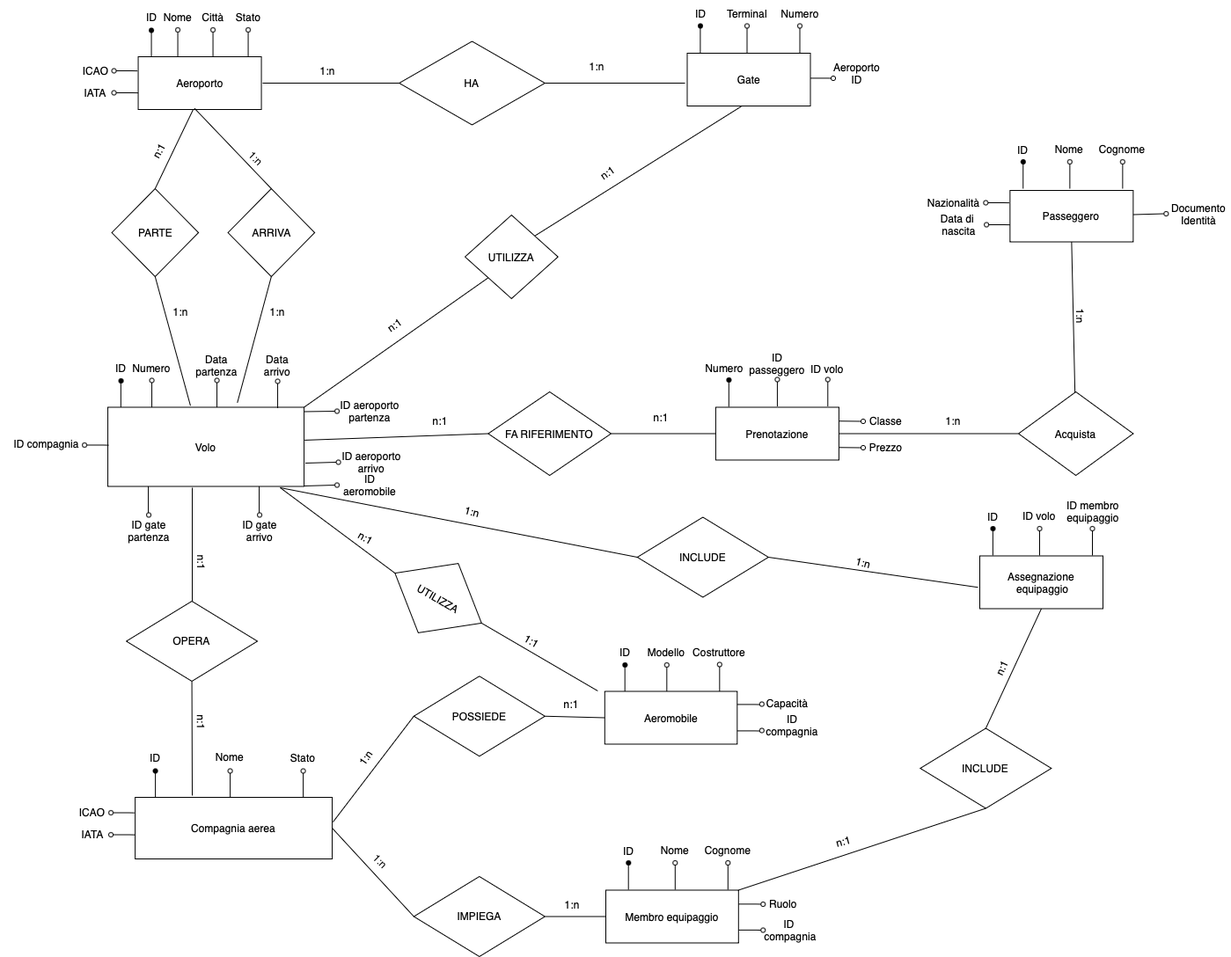
albertocnve1/proj_DB keeps this draw.io diagram as Schema concettuale ER (light).png. Above is the earlier version. Source tidied: cells renumbered, new cells last; positions are measured from the earlier drawing's top-left corner, leaving out a move shared by most shapes.
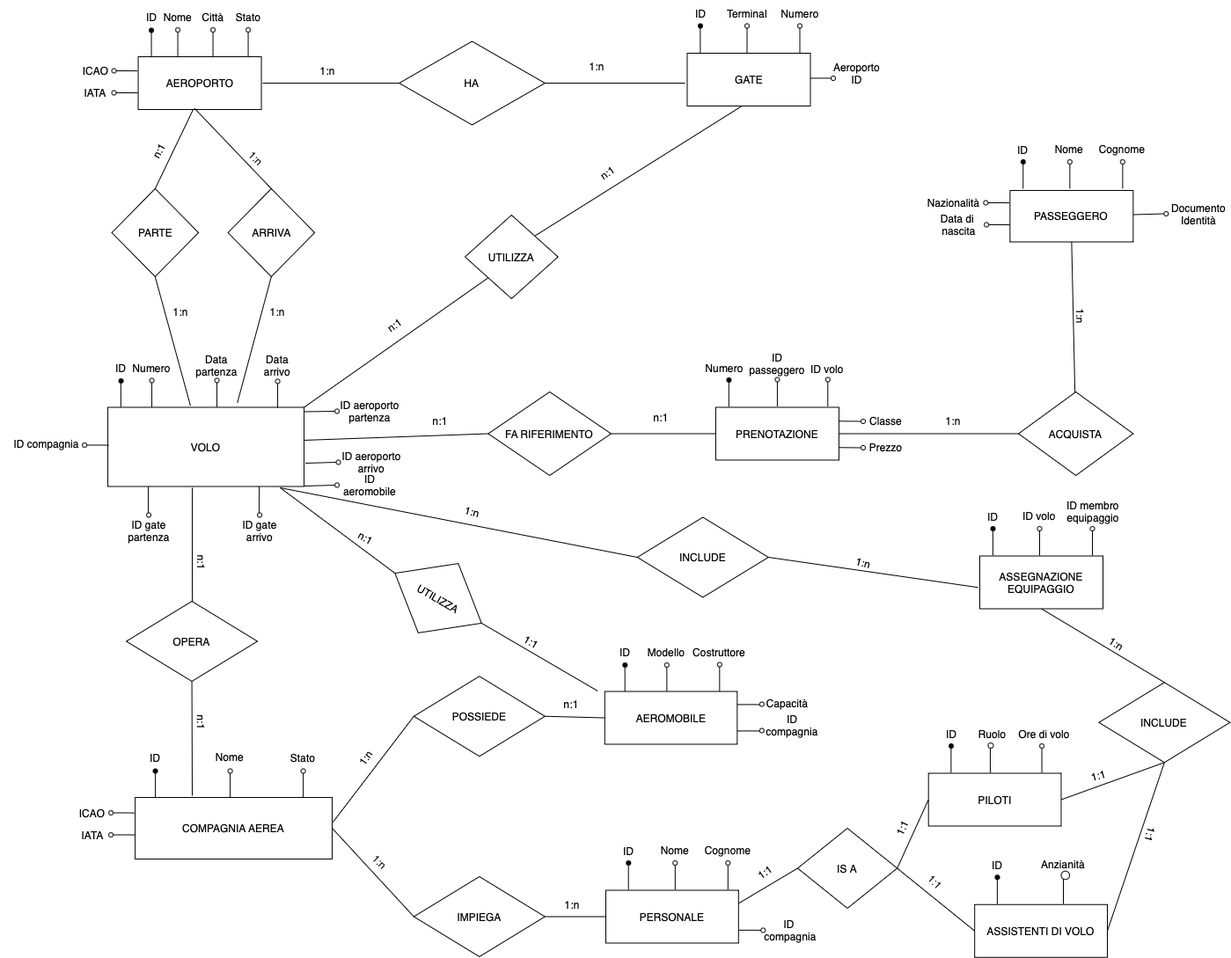
Later version of the same file.

What changed in the source:
```diff
@@ -2,7 +2,7 @@
   <root>
     <mxCell id="0" />
     <mxCell id="1" parent="0" />
-    <mxCell id="2" value="Aeroporto" style="rounded=0;whiteSpace=wrap;html=1;" parent="1" vertex="1">
+    <mxCell id="2" value="AEROPORTO" style="rounded=0;whiteSpace=wrap;html=1;" parent="1" vertex="1">
       <mxGeometry x="157.6" y="64" width="140" height="60" as="geometry" />
     </mxCell>
     <mxCell id="3" style="endArrow=none;html=1;rounded=0;" parent="1" edge="1">
@@ -68,7 +68,7 @@
     <mxCell id="15" value="IATA" style="text;html=1;align=center;verticalAlign=middle;whiteSpace=wrap;rounded=0;" parent="1" vertex="1">
       <mxGeometry x="81.3" y="90" width="56.2" height="30" as="geometry" />
     </mxCell>
-    <mxCell id="16" value="Compagnia aerea" style="rounded=0;whiteSpace=wrap;html=1;" parent="1" vertex="1">
+    <mxCell id="16" value="COMPAGNIA AEREA" style="rounded=0;whiteSpace=wrap;html=1;" parent="1" vertex="1">
       <mxGeometry x="154.1" y="906" width="223.9" height="70" as="geometry" />
     </mxCell>
     <mxCell id="17" style="endArrow=none;html=1;rounded=0;" parent="1" edge="1">
@@ -155,7 +155,7 @@
     <mxCell id="36" style="ellipse;whiteSpace=wrap;html=1;" parent="1" vertex="1">
       <mxGeometry x="342.6" y="873.5" width="5" height="5" as="geometry" />
     </mxCell>
-    <mxCell id="37" value="Aeromobile" style="rounded=0;whiteSpace=wrap;html=1;" parent="1" vertex="1">
+    <mxCell id="37" value="AEROMOBILE" style="rounded=0;whiteSpace=wrap;html=1;" parent="1" vertex="1">
       <mxGeometry x="687.8" y="785.5" width="150.5" height="60" as="geometry" />
     </mxCell>
     <mxCell id="38" style="endArrow=none;html=1;rounded=0;" parent="1" edge="1">
@@ -215,7 +215,7 @@
     <mxCell id="50" style="ellipse;whiteSpace=wrap;html=1;" parent="1" vertex="1">
       <mxGeometry x="863.8" y="797.5" width="5" height="5" as="geometry" />
     </mxCell>
-    <mxCell id="51" value="Gate" style="rounded=0;whiteSpace=wrap;html=1;" parent="1" vertex="1">
+    <mxCell id="51" value="GATE" style="rounded=0;whiteSpace=wrap;html=1;" parent="1" vertex="1">
       <mxGeometry x="781.5" y="60" width="140" height="60" as="geometry" />
     </mxCell>
     <mxCell id="52" style="endArrow=none;html=1;rounded=0;" parent="1" edge="1">
@@ -269,7 +269,7 @@
     <mxCell id="63" style="ellipse;whiteSpace=wrap;html=1;" parent="1" vertex="1">
       <mxGeometry x="847" y="26.5" width="5" height="5" as="geometry" />
     </mxCell>
-    <mxCell id="64" value="Volo" style="rounded=0;whiteSpace=wrap;html=1;" parent="1" vertex="1">
+    <mxCell id="64" value="VOLO" style="rounded=0;whiteSpace=wrap;html=1;" parent="1" vertex="1">
       <mxGeometry x="123.1" y="462.5" width="223" height="90" as="geometry" />
     </mxCell>
     <mxCell id="65" style="endArrow=none;html=1;rounded=0;" parent="1" edge="1">
@@ -407,7 +407,7 @@
     <mxCell id="97" style="ellipse;whiteSpace=wrap;html=1;" parent="1" vertex="1">
       <mxGeometry x="293.1" y="582.5" width="5" height="5" as="geometry" />
     </mxCell>
-    <mxCell id="98" value="Passeggero" style="rounded=0;whiteSpace=wrap;html=1;" parent="1" vertex="1">
+    <mxCell id="98" value="PASSEGGERO" style="rounded=0;whiteSpace=wrap;html=1;" parent="1" vertex="1">
       <mxGeometry x="1148.4" y="216" width="140" height="58.5" as="geometry" />
     </mxCell>
     <mxCell id="99" style="endArrow=none;html=1;rounded=0;" parent="1" edge="1">
@@ -492,7 +492,7 @@
     <mxCell id="117" style="ellipse;whiteSpace=wrap;html=1;" parent="1" vertex="1">
       <mxGeometry x="1323.4" y="240" width="5" height="5" as="geometry" />
     </mxCell>
-    <mxCell id="118" value="Prenotazione" style="rounded=0;whiteSpace=wrap;html=1;" parent="1" vertex="1">
+    <mxCell id="118" value="PRENOTAZIONE" style="rounded=0;whiteSpace=wrap;html=1;" parent="1" vertex="1">
       <mxGeometry x="813.9" y="462.5" width="140" height="60" as="geometry" />
     </mxCell>
     <mxCell id="119" style="endArrow=none;html=1;rounded=0;" parent="1" edge="1">
@@ -534,7 +534,7 @@
     <mxCell id="128" style="ellipse;whiteSpace=wrap;html=1;" parent="1" vertex="1">
       <mxGeometry x="938.8" y="428.5" width="5" height="5" as="geometry" />
     </mxCell>
-    <mxCell id="129" value="Membro equipaggio" style="rounded=0;whiteSpace=wrap;html=1;" parent="1" vertex="1">
+    <mxCell id="129" value="PERSONALE" style="rounded=0;whiteSpace=wrap;html=1;" parent="1" vertex="1">
       <mxGeometry x="689" y="1011.5" width="150.8" height="60" as="geometry" />
     </mxCell>
     <mxCell id="130" style="endArrow=none;html=1;rounded=0;" parent="1" edge="1">
@@ -573,22 +573,7 @@
     <mxCell id="138" style="ellipse;whiteSpace=wrap;html=1;" parent="1" vertex="1">
       <mxGeometry x="765.3" y="978" width="5" height="5" as="geometry" />
     </mxCell>
-    <mxCell id="139" style="endArrow=none;html=1;rounded=0;entryX=-0.027;entryY=0.269;entryDx=0;entryDy=0;entryPerimeter=0;" parent="1" edge="1">
-      <mxGeometry relative="1" as="geometry">
-        <mxPoint x="839.8" y="1027.4" as="sourcePoint" />
-        <mxPoint x="866" y="1027.5" as="targetPoint" />
-        <Array as="points">
-          <mxPoint x="859.8" y="1027.4" />
-        </Array>
-      </mxGeometry>
-    </mxCell>
-    <mxCell id="140" style="ellipse;whiteSpace=wrap;html=1;" parent="1" vertex="1">
-      <mxGeometry x="865.2" y="1025" width="5" height="5" as="geometry" />
-    </mxCell>
-    <mxCell id="141" value="Ruolo" style="text;html=1;align=center;verticalAlign=middle;whiteSpace=wrap;rounded=0;" parent="1" vertex="1">
-      <mxGeometry x="861.2" y="1012" width="60" height="30" as="geometry" />
-    </mxCell>
-    <mxCell id="142" value="Assegnazione&lt;div&gt;&amp;nbsp;equipaggio&lt;/div&gt;" style="rounded=0;whiteSpace=wrap;html=1;" parent="1" vertex="1">
+    <mxCell id="142" value="ASSEGNAZIONE EQUIPAGGIO" style="rounded=0;whiteSpace=wrap;html=1;" parent="1" vertex="1">
       <mxGeometry x="1114" y="631.5" width="140" height="60" as="geometry" />
     </mxCell>
     <mxCell id="143" style="endArrow=none;html=1;rounded=0;" parent="1" edge="1">
@@ -682,7 +667,7 @@
     <mxCell id="166" style="endArrow=none;html=1;rounded=0;entryX=0;entryY=1;entryDx=0;entryDy=0;exitX=1;exitY=0;exitDx=0;exitDy=0;" parent="1" edge="1" source="64" target="164">
       <mxGeometry relative="1" as="geometry" />
     </mxCell>
-    <mxCell id="167" value="Acquista" style="rhombus;whiteSpace=wrap;html=1;" parent="1" vertex="1">
+    <mxCell id="167" value="ACQUISTA" style="rhombus;whiteSpace=wrap;html=1;" parent="1" vertex="1">
       <mxGeometry x="1158" y="445" width="130.3" height="95" as="geometry" />
     </mxCell>
     <mxCell id="168" style="endArrow=none;html=1;rounded=0;entryX=0.5;entryY=1;entryDx=0;entryDy=0;" parent="1" edge="1" source="167" target="98">
@@ -778,14 +763,11 @@
       <mxGeometry relative="1" as="geometry" />
     </mxCell>
     <mxCell id="192" value="INCLUDE" style="rhombus;whiteSpace=wrap;html=1;" parent="1" vertex="1">
-      <mxGeometry x="1046.4" y="827.5" width="149" height="91" as="geometry" />
+      <mxGeometry x="1249.4" y="775.2" width="149" height="91" as="geometry" />
     </mxCell>
     <mxCell id="193" style="endArrow=none;html=1;rounded=0;entryX=0.5;entryY=1;entryDx=0;entryDy=0;exitX=0.5;exitY=0;exitDx=0;exitDy=0;" parent="1" edge="1" source="192" target="142">
       <mxGeometry relative="1" as="geometry" />
     </mxCell>
-    <mxCell id="194" style="endArrow=none;html=1;rounded=0;entryX=0.5;entryY=1;entryDx=0;entryDy=0;exitX=1;exitY=0;exitDx=0;exitDy=0;" parent="1" edge="1" source="129" target="192">
-      <mxGeometry relative="1" as="geometry" />
-    </mxCell>
     <mxCell id="195" value="1:n" style="text;html=1;align=center;verticalAlign=middle;whiteSpace=wrap;rounded=0;" parent="1" vertex="1">
       <mxGeometry x="342.6" y="65" width="60" height="30" as="geometry" />
     </mxCell>
@@ -834,11 +816,8 @@
     <mxCell id="210" value="1:n" style="text;html=1;align=center;verticalAlign=middle;whiteSpace=wrap;rounded=0;rotation=15;" parent="1" vertex="1">
       <mxGeometry x="951.5" y="624" width="60" height="30" as="geometry" />
     </mxCell>
-    <mxCell id="211" value="n:1" style="text;html=1;align=center;verticalAlign=middle;whiteSpace=wrap;rounded=0;rotation=-15;" parent="1" vertex="1">
-      <mxGeometry x="928.8" y="940.5" width="60" height="30" as="geometry" />
-    </mxCell>
-    <mxCell id="212" value="n:1" style="text;html=1;align=center;verticalAlign=middle;whiteSpace=wrap;rounded=0;rotation=-65;" parent="1" vertex="1">
-      <mxGeometry x="1109" y="744" width="60" height="30" as="geometry" />
+    <mxCell id="212" value="1:n" style="text;html=1;align=center;verticalAlign=middle;whiteSpace=wrap;rounded=0;rotation=33;" parent="1" vertex="1">
+      <mxGeometry x="1239.5" y="715.5" width="60" height="30" as="geometry" />
     </mxCell>
     <mxCell id="213" value="n:1" style="text;html=1;align=center;verticalAlign=middle;whiteSpace=wrap;rounded=0;" parent="1" vertex="1">
       <mxGeometry x="470.8" y="462.5" width="60" height="30" as="geometry" />
@@ -869,5 +848,104 @@
     <mxCell id="221" value="1:1" style="text;html=1;align=center;verticalAlign=middle;whiteSpace=wrap;rounded=0;rotation=30;" parent="1" vertex="1">
       <mxGeometry x="574.6" y="713.5" width="60" height="30" as="geometry" />
     </mxCell>
+    <mxCell id="222" value="PILOTI" style="rounded=0;whiteSpace=wrap;html=1;" parent="1" vertex="1">
+      <mxGeometry x="1055.7" y="878.5" width="150.8" height="60" as="geometry" />
+    </mxCell>
+    <mxCell id="223" style="endArrow=none;html=1;rounded=0;" parent="1" edge="1">
+      <mxGeometry relative="1" as="geometry">
+        <mxPoint x="1081.4" y="878" as="sourcePoint" />
+        <mxPoint x="1081.4" y="848" as="targetPoint" />
+      </mxGeometry>
+    </mxCell>
+    <mxCell id="224" style="shape=waypoint;sketch=0;fillStyle=solid;size=6;fillColor=none;perimeter=centerPerimeter;" parent="1" vertex="1">
+      <mxGeometry x="1071.5" y="837.5" width="20" height="20" as="geometry" />
+    </mxCell>
+    <mxCell id="225" value="ID" style="text;html=1;align=center;verticalAlign=middle;whiteSpace=wrap;rounded=0;" parent="1" vertex="1">
+      <mxGeometry x="1051.5" y="818.5" width="60" height="30" as="geometry" />
+    </mxCell>
+    <mxCell id="226" style="endArrow=none;html=1;rounded=0;" parent="1" edge="1">
+      <mxGeometry relative="1" as="geometry">
+        <mxPoint x="1184.5" y="878" as="sourcePoint" />
+        <mxPoint x="1184.5" y="848" as="targetPoint" />
+      </mxGeometry>
+    </mxCell>
+    <mxCell id="227" value="Ore di volo" style="text;html=1;align=center;verticalAlign=middle;whiteSpace=wrap;rounded=0;" parent="1" vertex="1">
+      <mxGeometry x="1144" y="818.5" width="87.2" height="30" as="geometry" />
+    </mxCell>
+    <mxCell id="228" style="ellipse;whiteSpace=wrap;html=1;" parent="1" vertex="1">
+      <mxGeometry x="1182" y="845" width="5" height="5" as="geometry" />
+    </mxCell>
+    <mxCell id="229" value="ASSISTENTI DI VOLO" style="rounded=0;whiteSpace=wrap;html=1;" parent="1" vertex="1">
+      <mxGeometry x="1108.2" y="1027.8" width="150.8" height="60" as="geometry" />
+    </mxCell>
+    <mxCell id="230" style="endArrow=none;html=1;rounded=0;" parent="1" edge="1">
+      <mxGeometry relative="1" as="geometry">
+        <mxPoint x="1133.9" y="1027.2" as="sourcePoint" />
+        <mxPoint x="1133.9" y="997.2" as="targetPoint" />
+      </mxGeometry>
+    </mxCell>
+    <mxCell id="231" style="shape=waypoint;sketch=0;fillStyle=solid;size=6;fillColor=none;perimeter=centerPerimeter;" parent="1" vertex="1">
+      <mxGeometry x="1124" y="986.8" width="20" height="20" as="geometry" />
+    </mxCell>
+    <mxCell id="232" value="ID" style="text;html=1;align=center;verticalAlign=middle;whiteSpace=wrap;rounded=0;" parent="1" vertex="1">
+      <mxGeometry x="1104" y="967.8" width="60" height="30" as="geometry" />
+    </mxCell>
+    <mxCell id="233" style="endArrow=none;html=1;rounded=0;" parent="1" edge="1">
+      <mxGeometry relative="1" as="geometry">
+        <mxPoint x="1209" y="1027.2" as="sourcePoint" />
+        <mxPoint x="1209" y="997.2" as="targetPoint" />
+      </mxGeometry>
+    </mxCell>
+    <mxCell id="234" value="Anzianità" style="text;html=1;align=center;verticalAlign=middle;whiteSpace=wrap;rounded=0;" parent="1" vertex="1">
+      <mxGeometry x="1179" y="967.2" width="60" height="30" as="geometry" />
+    </mxCell>
+    <mxCell id="235" style="ellipse;whiteSpace=wrap;html=1;" parent="1" vertex="1">
+      <mxGeometry x="1206.5" y="989.8" width="9.5" height="9.5" as="geometry" />
+    </mxCell>
+    <mxCell id="236" value="IS A" style="rhombus;whiteSpace=wrap;html=1;" parent="1" vertex="1">
+      <mxGeometry x="907" y="941" width="113.1" height="91" as="geometry" />
+    </mxCell>
+    <mxCell id="237" style="endArrow=none;html=1;rounded=0;entryX=0;entryY=0.5;entryDx=0;entryDy=0;exitX=1;exitY=0.25;exitDx=0;exitDy=0;" parent="1" edge="1" source="129" target="236">
+      <mxGeometry relative="1" as="geometry" />
+    </mxCell>
+    <mxCell id="238" style="endArrow=none;html=1;rounded=0;exitX=1;exitY=0.5;exitDx=0;exitDy=0;entryX=0;entryY=0.5;entryDx=0;entryDy=0;" parent="1" edge="1" source="236" target="222">
+      <mxGeometry relative="1" as="geometry" />
+    </mxCell>
+    <mxCell id="239" style="endArrow=none;html=1;rounded=0;entryX=1;entryY=0.5;entryDx=0;entryDy=0;exitX=0;exitY=0.5;exitDx=0;exitDy=0;" parent="1" edge="1" source="229" target="236">
+      <mxGeometry relative="1" as="geometry" />
+    </mxCell>
+    <mxCell id="240" style="endArrow=none;html=1;rounded=0;entryX=0.5;entryY=1;entryDx=0;entryDy=0;exitX=1;exitY=0.5;exitDx=0;exitDy=0;" parent="1" edge="1" source="222" target="192">
+      <mxGeometry relative="1" as="geometry" />
+    </mxCell>
+    <mxCell id="241" style="endArrow=none;html=1;rounded=0;exitX=1;exitY=0.5;exitDx=0;exitDy=0;entryX=0.5;entryY=1;entryDx=0;entryDy=0;" parent="1" edge="1" source="229" target="192">
+      <mxGeometry relative="1" as="geometry" />
+    </mxCell>
+    <mxCell id="242" value="1:1" style="text;html=1;align=center;verticalAlign=middle;whiteSpace=wrap;rounded=0;rotation=-35;" parent="1" vertex="1">
+      <mxGeometry x="839.8" y="976" width="60" height="30" as="geometry" />
+    </mxCell>
+    <mxCell id="243" value="1:1" style="text;html=1;align=center;verticalAlign=middle;whiteSpace=wrap;rounded=0;rotation=-65;" parent="1" vertex="1">
+      <mxGeometry x="995.7" y="926" width="60" height="30" as="geometry" />
+    </mxCell>
+    <mxCell id="244" value="1:1" style="text;html=1;align=center;verticalAlign=middle;whiteSpace=wrap;rounded=0;rotation=45;" parent="1" vertex="1">
+      <mxGeometry x="1034" y="986.8" width="60" height="30" as="geometry" />
+    </mxCell>
+    <mxCell id="245" value="1:1" style="text;html=1;align=center;verticalAlign=middle;whiteSpace=wrap;rounded=0;rotation=-15;" parent="1" vertex="1">
+      <mxGeometry x="1218.9" y="866" width="60" height="30" as="geometry" />
+    </mxCell>
+    <mxCell id="246" value="1:1" style="text;html=1;align=center;verticalAlign=middle;whiteSpace=wrap;rounded=0;rotation=105;" parent="1" vertex="1">
+      <mxGeometry x="1278.9" y="933.5" width="60" height="30" as="geometry" />
+    </mxCell>
+    <mxCell id="247" style="endArrow=none;html=1;rounded=0;" parent="1" edge="1">
+      <mxGeometry relative="1" as="geometry">
+        <mxPoint x="1125.9" y="878" as="sourcePoint" />
+        <mxPoint x="1125.9" y="848" as="targetPoint" />
+      </mxGeometry>
+    </mxCell>
+    <mxCell id="141" value="Ruolo" style="text;html=1;align=center;verticalAlign=middle;whiteSpace=wrap;rounded=0;" parent="1" vertex="1">
+      <mxGeometry x="1085.4" y="818.5" width="87.2" height="30" as="geometry" />
+    </mxCell>
+    <mxCell id="248" style="ellipse;whiteSpace=wrap;html=1;" parent="1" vertex="1">
+      <mxGeometry x="1123.4" y="844" width="6" height="6" as="geometry" />
+    </mxCell>
   </root>
 </mxGraphModel>
```
